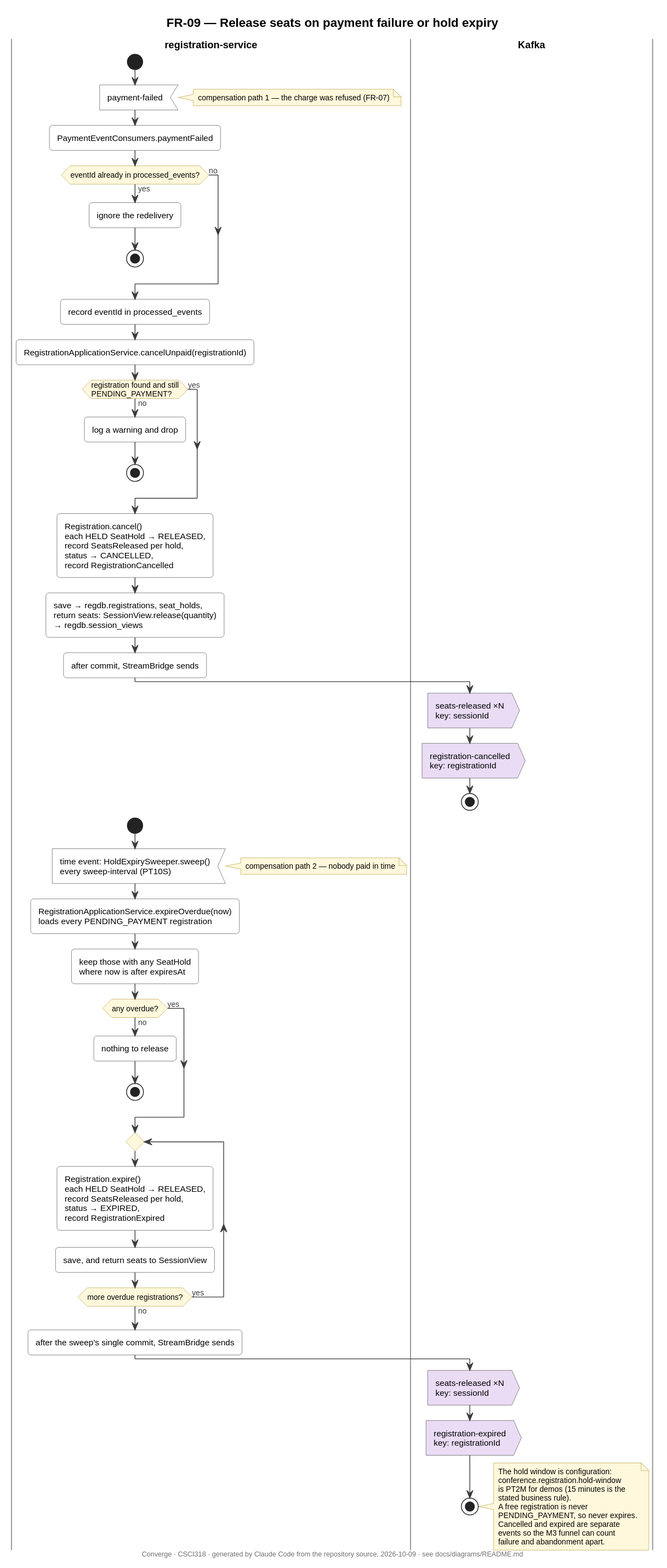
Earlier version of the PlantUML export docs/diagrams/svg/activity-fr-09.svg (middo221/CSCI318---AI-Microservices-Application).
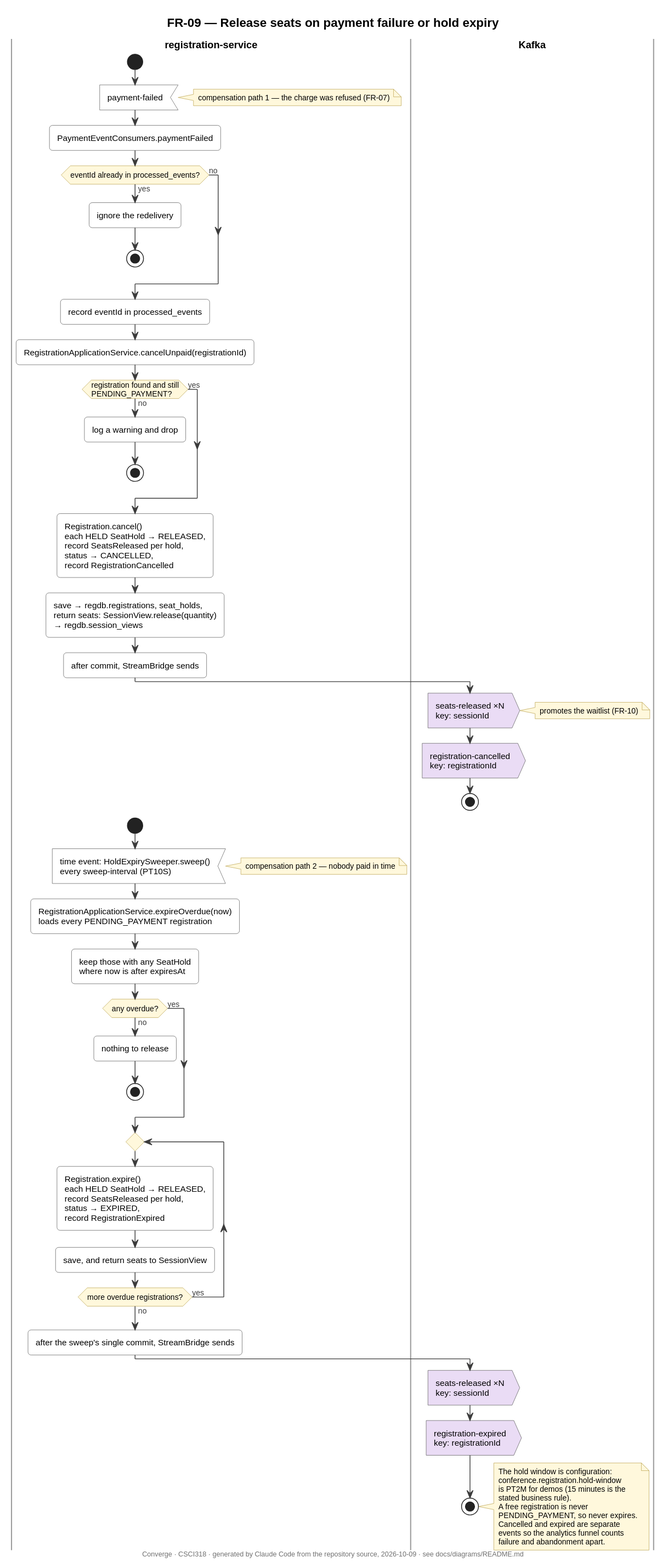
Later version of the same file.

Commit message:
docs: bring the FR-06 to FR-09 and FR-17 activity diagrams up to date

Diff of the diagram source:
```diff
@@ -34,6 +34,7 @@
 |Kafka|
 $EVT:seats-released ×N
 key: sessionId>
+note right: promotes the waitlist (FR-10)
 $EVT:registration-cancelled
 key: registrationId>
 stop
@@ -76,7 +77,7 @@
   A free registration is never
   PENDING_PAYMENT, so never expires.
   Cancelled and expired are separate
-  events so the M3 funnel can count
+  events so the analytics funnel counts
   failure and abandonment apart.
 end note
 @enduml
```
